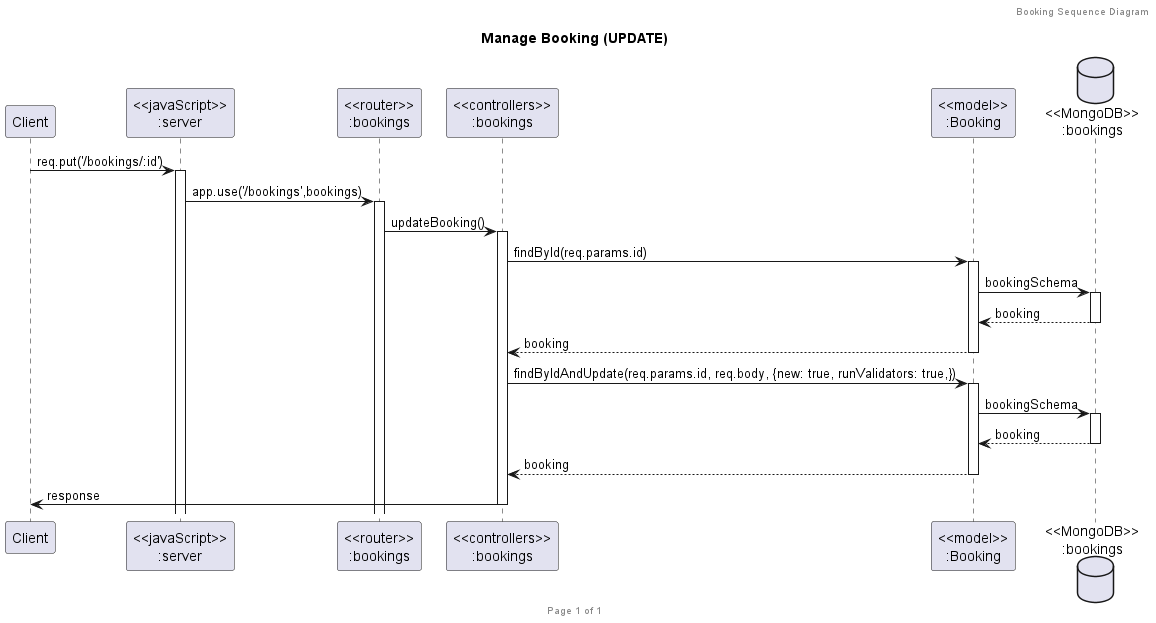
Earlier version of the PlantUML export presentation/Sequence_Diagram/Bookings/Manage Booking (UPDATE).png (2110503TACEDT66/presentation-day-1-i-am-the-bone-of-my-sources).
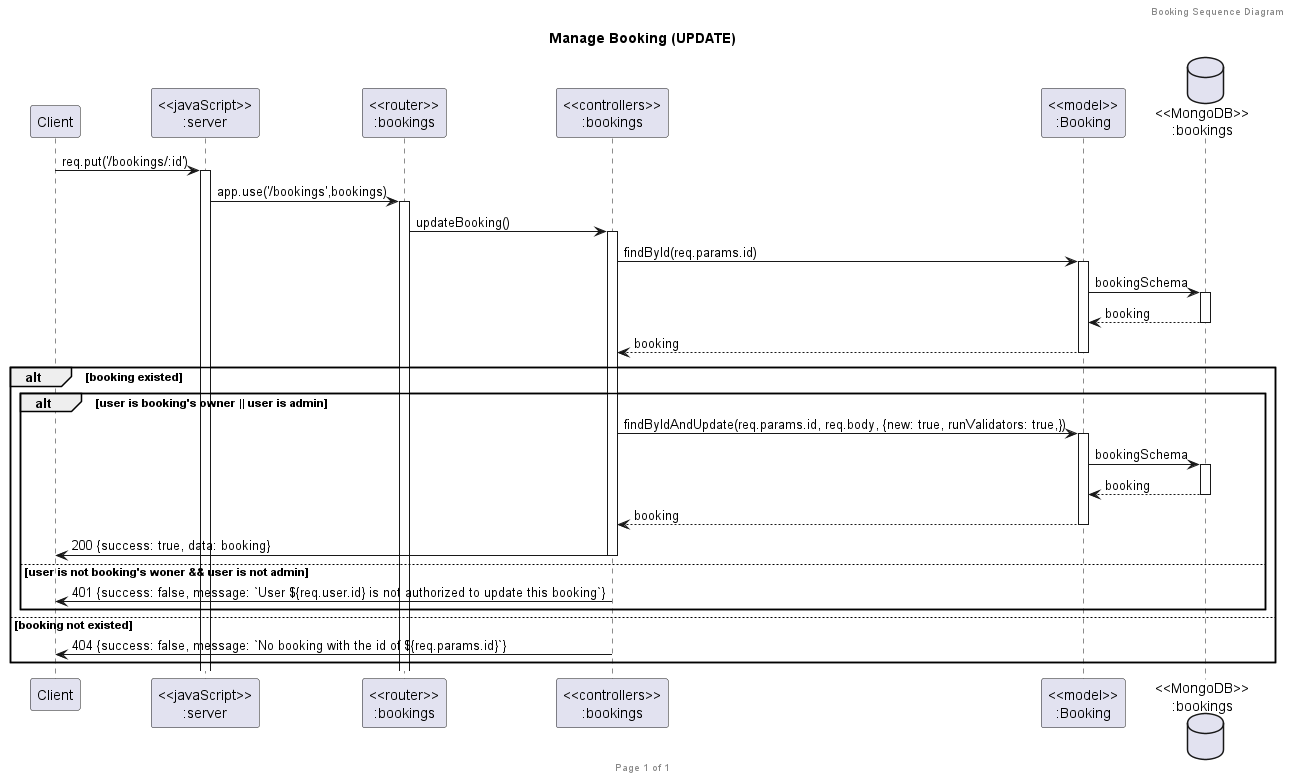
After the change.

What changed in the source:
```diff
@@ -18,10 +18,18 @@
 modelBooking ->BookingsDatabase ++: bookingSchema
 BookingsDatabase --> modelBooking --: booking
 controllersBookings <-- modelBooking --:booking
-controllersBookings->modelBooking ++:findByIdAndUpdate(req.params.id, req.body, {new: true, runValidators: true,})
-modelBooking ->BookingsDatabase ++: bookingSchema
-BookingsDatabase --> modelBooking --: booking
-controllersBookings <-- modelBooking --:booking
-controllersBookings->client --:response
+alt booking existed
+    alt user is booking's owner || user is admin
+        controllersBookings->modelBooking ++:findByIdAndUpdate(req.params.id, req.body, {new: true, runValidators: true,})
+        modelBooking ->BookingsDatabase ++: bookingSchema
+        BookingsDatabase --> modelBooking --: booking
+        controllersBookings <-- modelBooking --:booking
+        controllersBookings->client --:200 {success: true, data: booking}
+    else user is not booking's woner && user is not admin
+        controllersBookings->client --:401 {success: false, message: `User ${req.user.id} is not authorized to update this booking`}
+    end
+else booking not existed
+    controllersBookings->client --:404 {success: false, message: `No booking with the id of ${req.params.id}`}
+end
 
 @enduml
```
